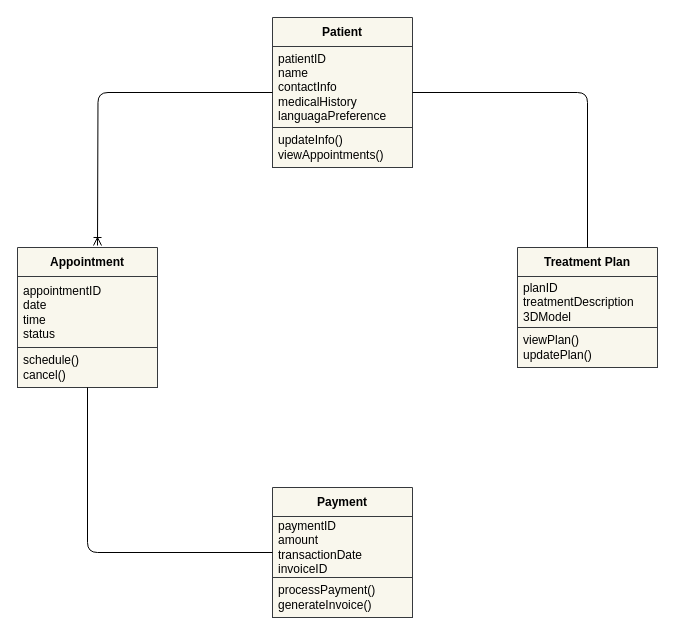
Before: DCMS_class.drawio in Travfalgar/DCMS_class, a draw.io diagram. Source tidied: cells renumbered, new cells numbered last; positions are measured from the earlier drawing's top-left corner, leaving out a move shared by most shapes. Both pictures are drawn from the tidied source at 100%, with x=0, y=0 at pixel (17, 17).
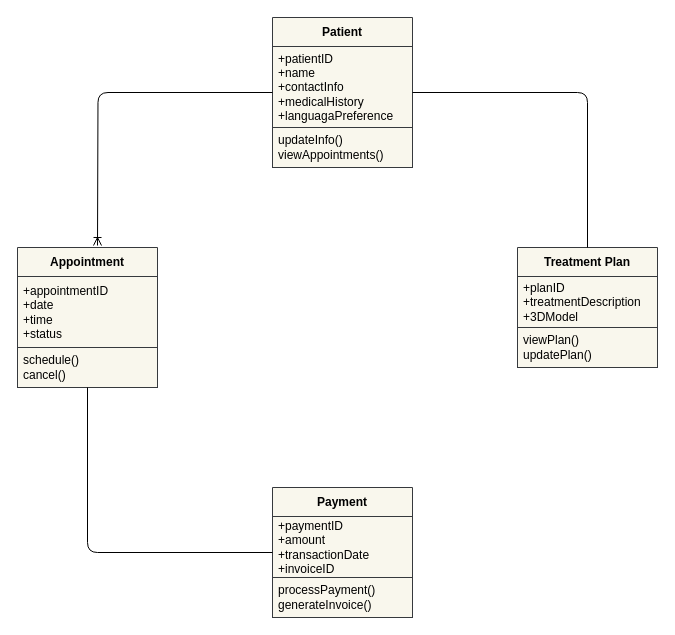
Above is the later version.

Commit message:
Update DCMS_Class Diagram

Unchanged cells that the change refers to:
```xml
<mxCell id="2" value="Patient" style="swimlane;fontStyle=1;align=center;verticalAlign=middle;horizontal=1;startSize=29;html=1;whiteSpace=wrap;fillColor=#f9f7ed;strokeColor=#36393d;" parent="1" vertex="1">
  <mxGeometry x="255" width="140" height="150" as="geometry" />
</mxCell>
<mxCell id="5" value="Appointment" style="swimlane;fontStyle=1;align=center;verticalAlign=middle;horizontal=1;startSize=29;html=1;whiteSpace=wrap;fillColor=#f9f7ed;strokeColor=#36393d;" parent="1" vertex="1">
  <mxGeometry y="230" width="140" height="140" as="geometry" />
</mxCell>
<mxCell id="8" value="Payment" style="swimlane;fontStyle=1;align=center;verticalAlign=middle;horizontal=1;startSize=29;html=1;whiteSpace=wrap;fillColor=#f9f7ed;strokeColor=#36393d;" parent="1" vertex="1">
  <mxGeometry x="255" y="470" width="140" height="130" as="geometry" />
</mxCell>
<mxCell id="11" value="Treatment Plan" style="swimlane;fontStyle=1;align=center;verticalAlign=middle;horizontal=1;startSize=29;html=1;whiteSpace=wrap;fillColor=#f9f7ed;strokeColor=#36393d;" parent="1" vertex="1">
  <mxGeometry x="500" y="230" width="140" height="120" as="geometry" />
</mxCell>
```

The edit, as a diff of the source:
```diff
@@
-    <mxCell id="3" value="patientID&lt;div&gt;name&lt;/div&gt;&lt;div&gt;contactInfo&lt;/div&gt;&lt;div&gt;medicalHistory&lt;/div&gt;&lt;div&gt;languagaPreference&lt;/div&gt;" style="text;html=1;strokeColor=#36393d;fillColor=#f9f7ed;align=left;verticalAlign=middle;spacingLeft=4;spacingRight=4;overflow=hidden;whiteSpace=wrap;" parent="2" vertex="1">
+    <mxCell id="3" value="+patientID&lt;div&gt;+name&lt;/div&gt;&lt;div&gt;+contactInfo&lt;/div&gt;&lt;div&gt;+medicalHistory&lt;/div&gt;&lt;div&gt;+languagaPreference&lt;/div&gt;" style="text;html=1;strokeColor=#36393d;fillColor=#f9f7ed;align=left;verticalAlign=middle;spacingLeft=4;spacingRight=4;overflow=hidden;whiteSpace=wrap;" parent="2" vertex="1">
       <mxGeometry y="29" width="140" height="81" as="geometry" />
     </mxCell>
@@
-    <mxCell id="6" value="appointmentID&lt;div&gt;date&lt;/div&gt;&lt;div&gt;time&lt;/div&gt;&lt;div&gt;status&lt;/div&gt;" style="text;html=1;strokeColor=#36393d;fillColor=#f9f7ed;align=left;verticalAlign=middle;spacingLeft=4;spacingRight=4;overflow=hidden;whiteSpace=wrap;" parent="5" vertex="1">
+    <mxCell id="6" value="+&lt;span style=&quot;background-color: initial;&quot;&gt;appointmentID&lt;/span&gt;&lt;div&gt;&lt;div&gt;+date&lt;/div&gt;&lt;div&gt;+time&lt;/div&gt;&lt;div&gt;+status&lt;/div&gt;&lt;/div&gt;" style="text;html=1;strokeColor=#36393d;fillColor=#f9f7ed;align=left;verticalAlign=middle;spacingLeft=4;spacingRight=4;overflow=hidden;whiteSpace=wrap;" parent="5" vertex="1">
       <mxGeometry y="29" width="140" height="71" as="geometry" />
     </mxCell>
@@
-    <mxCell id="9" value="paymentID&lt;div&gt;amount&lt;/div&gt;&lt;div&gt;transactionDate&lt;/div&gt;&lt;div&gt;invoiceID&lt;/div&gt;" style="text;html=1;strokeColor=#36393d;fillColor=#f9f7ed;align=left;verticalAlign=middle;spacingLeft=4;spacingRight=4;overflow=hidden;whiteSpace=wrap;" parent="8" vertex="1">
+    <mxCell id="9" value="+paymentID&lt;div&gt;+amount&lt;/div&gt;&lt;div&gt;+transactionDate&lt;/div&gt;&lt;div&gt;+&lt;span style=&quot;background-color: initial;&quot;&gt;invoiceID&lt;/span&gt;&lt;/div&gt;" style="text;html=1;strokeColor=#36393d;fillColor=#f9f7ed;align=left;verticalAlign=middle;spacingLeft=4;spacingRight=4;overflow=hidden;whiteSpace=wrap;" parent="8" vertex="1">
       <mxGeometry y="29" width="140" height="61" as="geometry" />
     </mxCell>
@@
-    <mxCell id="12" value="planID&lt;div&gt;treatmentDescription&lt;/div&gt;&lt;div&gt;3DModel&lt;/div&gt;" style="text;html=1;strokeColor=#36393d;fillColor=#f9f7ed;align=left;verticalAlign=middle;spacingLeft=4;spacingRight=4;overflow=hidden;whiteSpace=wrap;" parent="11" vertex="1">
+    <mxCell id="12" value="+planID&lt;div&gt;+treatmentDescription&lt;/div&gt;&lt;div&gt;+3DModel&lt;/div&gt;" style="text;html=1;strokeColor=#36393d;fillColor=#f9f7ed;align=left;verticalAlign=middle;spacingLeft=4;spacingRight=4;overflow=hidden;whiteSpace=wrap;" parent="11" vertex="1">
       <mxGeometry y="29" width="140" height="51" as="geometry" />
     </mxCell>
```
